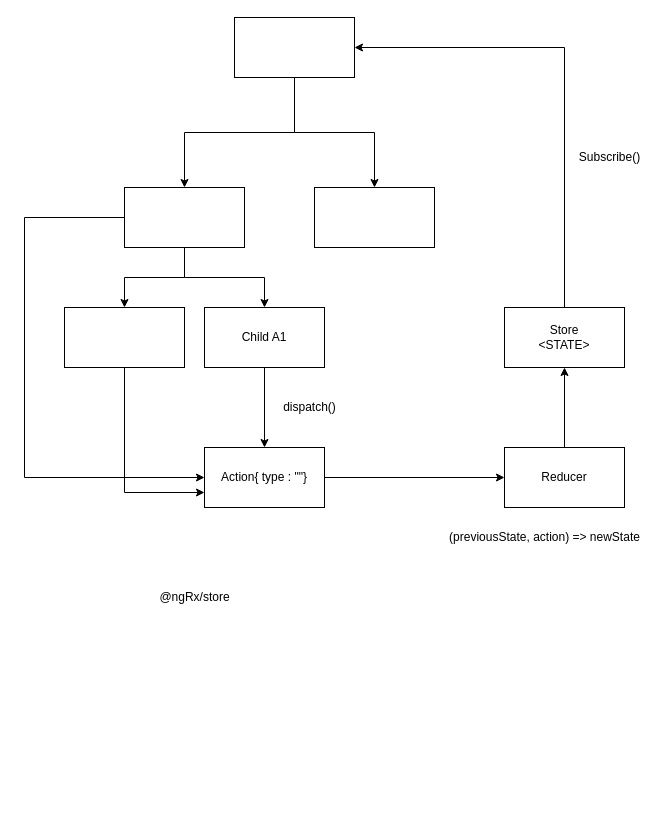
Earlier version of the draw.io diagram page "Page-17" (17 of 17) of reference/ng_diagrams.drawio (synergy2411/in-solutions-global_mar_b1). Source tidied: cells renumbered, new cells numbered last; positions are measured from the earlier drawing's top-left corner, leaving out a move shared by most shapes. Both pictures are drawn from the tidied source at 100%, with x=0, y=0 at pixel (24, 17).
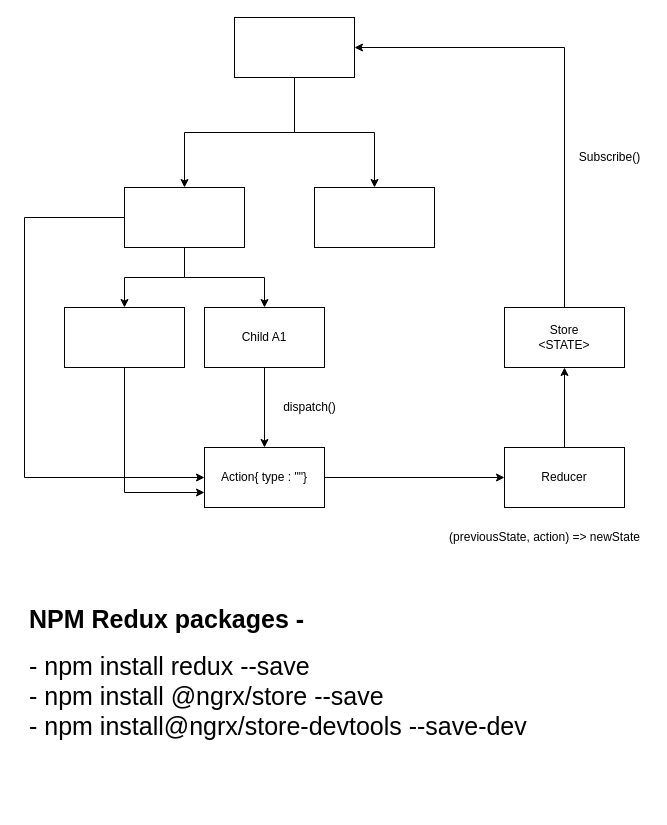
The same diagram, later.

The edit, as a diff of the source:
```diff
@@
-    <mxCell id="23" value="@ngRx/store" style="text;html=1;align=center;verticalAlign=middle;" parent="1" vertex="1">
-      <mxGeometry x="125" y="570" width="90" height="20" as="geometry" />
-    </mxCell>
+    <mxCell id="24" value="&lt;h1 style=&quot;font-size: 25px&quot;&gt;&lt;font style=&quot;font-size: 25px&quot;&gt;NPM Redux packages -&lt;/font&gt;&lt;/h1&gt;&lt;div style=&quot;font-size: 25px&quot;&gt;&lt;font style=&quot;font-size: 25px&quot;&gt;- npm install redux --save&lt;/font&gt;&lt;/div&gt;&lt;div style=&quot;font-size: 25px&quot;&gt;&lt;font style=&quot;font-size: 25px&quot;&gt;- npm install @ngrx/store --save&lt;/font&gt;&lt;/div&gt;&lt;div style=&quot;font-size: 25px&quot;&gt;&lt;font style=&quot;font-size: 25px&quot;&gt;- npm install@ngrx/store-devtools --save-dev&lt;/font&gt;&lt;/div&gt;" style="text;html=1;strokeColor=none;fillColor=none;spacing=5;spacingTop=-20;whiteSpace=wrap;overflow=hidden;rounded=0;" parent="1" vertex="1">
+      <mxGeometry y="580" width="560" height="210" as="geometry" />
+    </mxCell>
```
